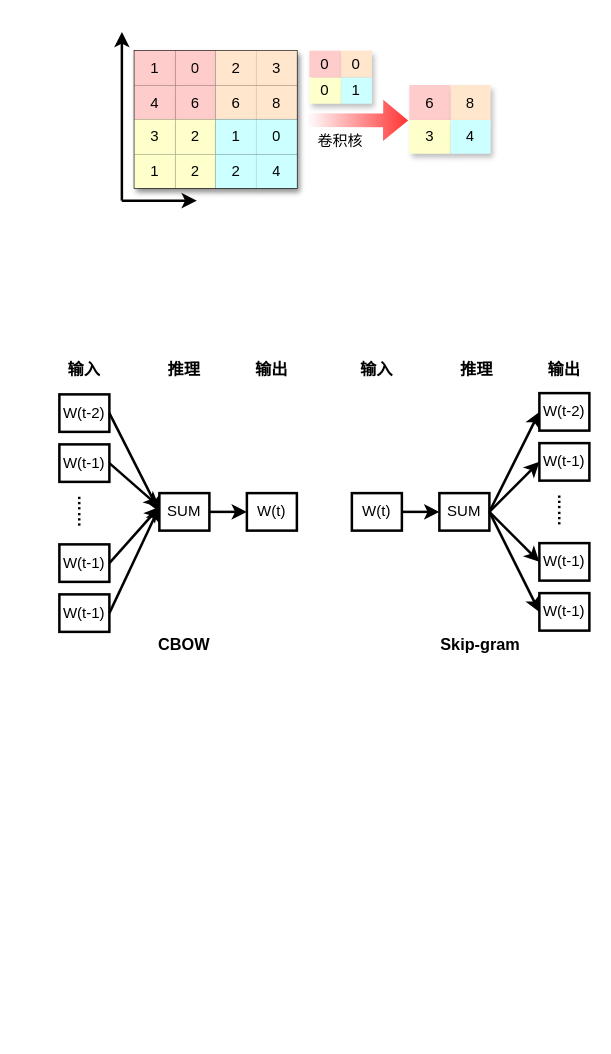
This is pooling.drawio from Noeverer/Mindmap, a draw.io file, before an edit. Source tidied: cells renumbered, new cells numbered last; positions are measured from the earlier drawing's top-left corner, leaving out a move shared by most shapes. Both pictures are drawn from the tidied source at 125%, with x=0, y=0 at pixel (59, 31).
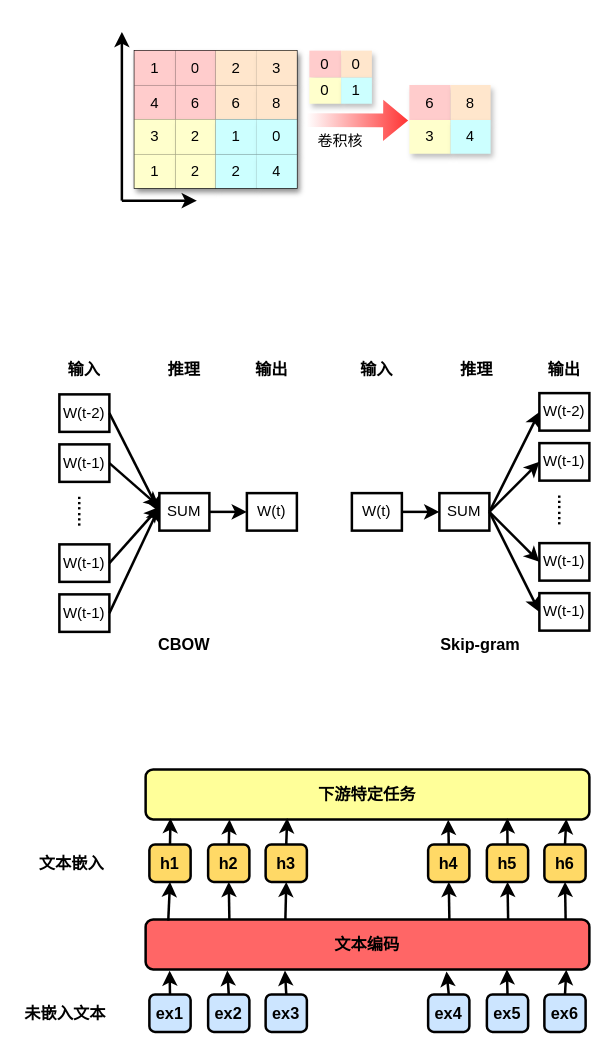
The same diagram, later.

Change to the diagram source:
```diff
@@
+    <mxCell id="68" value="&lt;font style=&quot;font-size: 13px&quot;&gt;&lt;b&gt;下游特定任务&lt;/b&gt;&lt;/font&gt;" style="rounded=1;whiteSpace=wrap;html=1;shadow=0;strokeWidth=2;fillColor=#FFFF99;" parent="1" vertex="1">
+      <mxGeometry x="69" y="590" width="355" height="40" as="geometry" />
+    </mxCell>
+    <mxCell id="69" style="edgeStyle=none;rounded=0;jettySize=auto;html=1;exitX=0.5;exitY=0;exitDx=0;exitDy=0;entryX=0.056;entryY=0.975;entryDx=0;entryDy=0;entryPerimeter=0;strokeColor=#000000;strokeWidth=2;fillColor=#ffffff;gradientColor=#FF3333;" parent="1" edge="1" source="70" target="68">
+      <mxGeometry relative="1" as="geometry" />
+    </mxCell>
+    <mxCell id="70" value="&lt;font style=&quot;font-size: 13px&quot;&gt;&lt;b&gt;h1&lt;/b&gt;&lt;/font&gt;" style="rounded=1;whiteSpace=wrap;html=1;shadow=0;strokeWidth=2;fillColor=#FFD966;" parent="1" vertex="1">
+      <mxGeometry x="72" y="650" width="33" height="30" as="geometry" />
+    </mxCell>
+    <mxCell id="71" style="edgeStyle=none;rounded=0;jettySize=auto;html=1;exitX=0.5;exitY=0;exitDx=0;exitDy=0;entryX=0.189;entryY=1;entryDx=0;entryDy=0;entryPerimeter=0;strokeColor=#000000;strokeWidth=2;fillColor=#ffffff;gradientColor=#FF3333;" parent="1" edge="1" source="72" target="68">
+      <mxGeometry relative="1" as="geometry" />
+    </mxCell>
+    <mxCell id="72" value="&lt;font style=&quot;font-size: 13px&quot;&gt;&lt;b&gt;h2&lt;/b&gt;&lt;/font&gt;" style="rounded=1;whiteSpace=wrap;html=1;shadow=0;strokeWidth=2;fillColor=#FFD966;" parent="1" vertex="1">
+      <mxGeometry x="119" y="650" width="33" height="30" as="geometry" />
+    </mxCell>
+    <mxCell id="73" style="edgeStyle=none;rounded=0;jettySize=auto;html=1;exitX=0.5;exitY=0;exitDx=0;exitDy=0;entryX=0.319;entryY=0.975;entryDx=0;entryDy=0;entryPerimeter=0;strokeColor=#000000;strokeWidth=2;fillColor=#ffffff;gradientColor=#FF3333;" parent="1" edge="1" source="74" target="68">
+      <mxGeometry relative="1" as="geometry" />
+    </mxCell>
+    <mxCell id="74" value="&lt;font style=&quot;font-size: 13px&quot;&gt;&lt;b&gt;h3&lt;/b&gt;&lt;/font&gt;" style="rounded=1;whiteSpace=wrap;html=1;shadow=0;strokeWidth=2;fillColor=#FFD966;" parent="1" vertex="1">
+      <mxGeometry x="165" y="650" width="33" height="30" as="geometry" />
+    </mxCell>
+    <mxCell id="75" style="edgeStyle=none;rounded=0;jettySize=auto;html=1;exitX=0.5;exitY=0;exitDx=0;exitDy=0;entryX=0.682;entryY=1.008;entryDx=0;entryDy=0;entryPerimeter=0;strokeColor=#000000;strokeWidth=2;fillColor=#ffffff;gradientColor=#FF3333;" parent="1" edge="1" source="76" target="68">
+      <mxGeometry relative="1" as="geometry" />
+    </mxCell>
+    <mxCell id="76" value="&lt;font style=&quot;font-size: 13px&quot;&gt;&lt;b&gt;h4&lt;/b&gt;&lt;/font&gt;" style="rounded=1;whiteSpace=wrap;html=1;shadow=0;strokeWidth=2;fillColor=#FFD966;" parent="1" vertex="1">
+      <mxGeometry x="295" y="650" width="33" height="30" as="geometry" />
+    </mxCell>
+    <mxCell id="77" style="edgeStyle=none;rounded=0;jettySize=auto;html=1;exitX=0.5;exitY=0;exitDx=0;exitDy=0;entryX=0.815;entryY=0.975;entryDx=0;entryDy=0;entryPerimeter=0;strokeColor=#000000;strokeWidth=2;fillColor=#ffffff;gradientColor=#FF3333;" parent="1" edge="1" source="78" target="68">
+      <mxGeometry relative="1" as="geometry" />
+    </mxCell>
+    <mxCell id="78" value="&lt;font style=&quot;font-size: 13px&quot;&gt;&lt;b&gt;h5&lt;/b&gt;&lt;/font&gt;" style="rounded=1;whiteSpace=wrap;html=1;shadow=0;strokeWidth=2;fillColor=#FFD966;" parent="1" vertex="1">
+      <mxGeometry x="342" y="650" width="33" height="30" as="geometry" />
+    </mxCell>
+    <mxCell id="79" style="edgeStyle=none;rounded=0;jettySize=auto;html=1;exitX=0.5;exitY=0;exitDx=0;exitDy=0;entryX=0.948;entryY=0.992;entryDx=0;entryDy=0;entryPerimeter=0;strokeColor=#000000;strokeWidth=2;fillColor=#ffffff;gradientColor=#FF3333;" parent="1" edge="1" source="80" target="68">
+      <mxGeometry relative="1" as="geometry" />
+    </mxCell>
+    <mxCell id="80" value="&lt;font style=&quot;font-size: 13px&quot;&gt;&lt;b&gt;h6&lt;/b&gt;&lt;/font&gt;" style="rounded=1;whiteSpace=wrap;html=1;shadow=0;strokeWidth=2;fillColor=#FFD966;" parent="1" vertex="1">
+      <mxGeometry x="388" y="650" width="33" height="30" as="geometry" />
+    </mxCell>
+    <mxCell id="81" value="&lt;span style=&quot;font-size: 13px&quot;&gt;&lt;b&gt;文本编码&lt;/b&gt;&lt;/span&gt;" style="rounded=1;whiteSpace=wrap;html=1;shadow=0;strokeWidth=2;fillColor=#FF6666;" parent="1" vertex="1">
+      <mxGeometry x="69" y="710" width="355" height="40" as="geometry" />
+    </mxCell>
+    <mxCell id="82" style="edgeStyle=none;rounded=0;jettySize=auto;html=1;exitX=0.5;exitY=0;exitDx=0;exitDy=0;entryX=0.054;entryY=1.025;entryDx=0;entryDy=0;entryPerimeter=0;strokeColor=#000000;strokeWidth=2;fillColor=#ffffff;gradientColor=#FF3333;" parent="1" edge="1" source="83" target="81">
+      <mxGeometry relative="1" as="geometry" />
+    </mxCell>
+    <mxCell id="83" value="&lt;span style=&quot;font-size: 13px&quot;&gt;&lt;b&gt;ex1&lt;/b&gt;&lt;/span&gt;" style="rounded=1;whiteSpace=wrap;html=1;shadow=0;strokeWidth=2;fillColor=#CCE5FF;" parent="1" vertex="1">
+      <mxGeometry x="72" y="770" width="33" height="30" as="geometry" />
+    </mxCell>
+    <mxCell id="84" style="edgeStyle=none;rounded=0;jettySize=auto;html=1;exitX=0.5;exitY=0;exitDx=0;exitDy=0;entryX=0.184;entryY=1.025;entryDx=0;entryDy=0;entryPerimeter=0;strokeColor=#000000;strokeWidth=2;fillColor=#ffffff;gradientColor=#FF3333;" parent="1" edge="1" source="85" target="81">
+      <mxGeometry relative="1" as="geometry" />
+    </mxCell>
+    <mxCell id="85" value="&lt;span style=&quot;font-size: 13px&quot;&gt;&lt;b&gt;ex2&lt;/b&gt;&lt;/span&gt;" style="rounded=1;whiteSpace=wrap;html=1;shadow=0;strokeWidth=2;fillColor=#CCE5FF;" parent="1" vertex="1">
+      <mxGeometry x="119" y="770" width="33" height="30" as="geometry" />
+    </mxCell>
+    <mxCell id="86" style="edgeStyle=none;rounded=0;jettySize=auto;html=1;exitX=0.5;exitY=0;exitDx=0;exitDy=0;entryX=0.314;entryY=1.025;entryDx=0;entryDy=0;entryPerimeter=0;strokeColor=#000000;strokeWidth=2;fillColor=#ffffff;gradientColor=#FF3333;" parent="1" edge="1" source="87" target="81">
+      <mxGeometry relative="1" as="geometry" />
+    </mxCell>
+    <mxCell id="87" value="&lt;font style=&quot;font-size: 13px&quot;&gt;&lt;b&gt;ex3&lt;/b&gt;&lt;/font&gt;" style="rounded=1;whiteSpace=wrap;html=1;shadow=0;strokeWidth=2;fillColor=#CCE5FF;" parent="1" vertex="1">
+      <mxGeometry x="165" y="770" width="33" height="30" as="geometry" />
+    </mxCell>
+    <mxCell id="88" style="edgeStyle=none;rounded=0;jettySize=auto;html=1;exitX=0.5;exitY=0;exitDx=0;exitDy=0;entryX=0.678;entryY=1.042;entryDx=0;entryDy=0;entryPerimeter=0;strokeColor=#000000;strokeWidth=2;fillColor=#ffffff;gradientColor=#FF3333;" parent="1" edge="1" source="89" target="81">
+      <mxGeometry relative="1" as="geometry" />
+    </mxCell>
+    <mxCell id="89" value="&lt;font style=&quot;font-size: 13px&quot;&gt;&lt;b&gt;ex4&lt;/b&gt;&lt;/font&gt;" style="rounded=1;whiteSpace=wrap;html=1;shadow=0;strokeWidth=2;fillColor=#CCE5FF;" parent="1" vertex="1">
+      <mxGeometry x="295" y="770" width="33" height="30" as="geometry" />
+    </mxCell>
+    <mxCell id="90" style="edgeStyle=none;rounded=0;jettySize=auto;html=1;exitX=0.5;exitY=0;exitDx=0;exitDy=0;strokeColor=#000000;strokeWidth=2;fillColor=#ffffff;gradientColor=#FF3333;" parent="1" edge="1" source="91">
+      <mxGeometry relative="1" as="geometry">
+        <mxPoint x="358" y="750" as="targetPoint" />
+      </mxGeometry>
+    </mxCell>
+    <mxCell id="91" value="&lt;font style=&quot;font-size: 13px&quot;&gt;&lt;b&gt;ex5&lt;/b&gt;&lt;/font&gt;" style="rounded=1;whiteSpace=wrap;html=1;shadow=0;strokeWidth=2;fillColor=#CCE5FF;" parent="1" vertex="1">
+      <mxGeometry x="342" y="770" width="33" height="30" as="geometry" />
+    </mxCell>
+    <mxCell id="92" style="edgeStyle=none;rounded=0;jettySize=auto;html=1;exitX=0.5;exitY=0;exitDx=0;exitDy=0;entryX=0.948;entryY=1.008;entryDx=0;entryDy=0;entryPerimeter=0;strokeColor=#000000;strokeWidth=2;fillColor=#ffffff;gradientColor=#FF3333;" parent="1" edge="1" source="93" target="81">
+      <mxGeometry relative="1" as="geometry" />
+    </mxCell>
+    <mxCell id="93" value="&lt;font style=&quot;font-size: 13px&quot;&gt;&lt;b&gt;ex6&lt;/b&gt;&lt;/font&gt;" style="rounded=1;whiteSpace=wrap;html=1;shadow=0;strokeWidth=2;fillColor=#CCE5FF;" parent="1" vertex="1">
+      <mxGeometry x="388" y="770" width="33" height="30" as="geometry" />
+    </mxCell>
+    <mxCell id="94" value="&lt;b&gt;&lt;font style=&quot;font-size: 13px&quot;&gt;文本嵌入&lt;/font&gt;&lt;/b&gt;" style="text;html=1;strokeColor=none;fillColor=none;align=center;verticalAlign=middle;whiteSpace=wrap;rounded=0;shadow=0;" parent="1" vertex="1">
+      <mxGeometry x="-20" y="655" width="60" height="20" as="geometry" />
+    </mxCell>
+    <mxCell id="95" value="&lt;span style=&quot;font-size: 13px&quot;&gt;&lt;b&gt;未嵌入文本&lt;/b&gt;&lt;/span&gt;" style="text;html=1;strokeColor=none;fillColor=none;align=center;verticalAlign=middle;whiteSpace=wrap;rounded=0;shadow=0;" parent="1" vertex="1">
+      <mxGeometry x="-30" y="775" width="70" height="20" as="geometry" />
+    </mxCell>
+    <mxCell id="96" style="edgeStyle=none;rounded=0;jettySize=auto;html=1;entryX=0.5;entryY=1;entryDx=0;entryDy=0;strokeColor=#000000;strokeWidth=2;fillColor=#ffffff;gradientColor=#FF3333;" parent="1" edge="1" target="80">
+      <mxGeometry relative="1" as="geometry">
+        <mxPoint x="405" y="710" as="sourcePoint" />
+      </mxGeometry>
+    </mxCell>
+    <mxCell id="97" style="edgeStyle=none;rounded=0;jettySize=auto;html=1;entryX=0.5;entryY=1;entryDx=0;entryDy=0;strokeColor=#000000;strokeWidth=2;fillColor=#ffffff;gradientColor=#FF3333;" parent="1" edge="1" target="78">
+      <mxGeometry relative="1" as="geometry">
+        <mxPoint x="359" y="710" as="sourcePoint" />
+      </mxGeometry>
+    </mxCell>
+    <mxCell id="98" style="edgeStyle=none;rounded=0;jettySize=auto;html=1;entryX=0.5;entryY=1;entryDx=0;entryDy=0;strokeColor=#000000;strokeWidth=2;fillColor=#ffffff;gradientColor=#FF3333;" parent="1" edge="1" target="76">
+      <mxGeometry relative="1" as="geometry">
+        <mxPoint x="312" y="710" as="sourcePoint" />
+      </mxGeometry>
+    </mxCell>
+    <mxCell id="99" style="edgeStyle=none;rounded=0;jettySize=auto;html=1;entryX=0.5;entryY=1;entryDx=0;entryDy=0;strokeColor=#000000;strokeWidth=2;fillColor=#ffffff;gradientColor=#FF3333;exitX=0.315;exitY=-0.008;exitDx=0;exitDy=0;exitPerimeter=0;" parent="1" edge="1" source="81" target="74">
+      <mxGeometry relative="1" as="geometry" />
+    </mxCell>
+    <mxCell id="100" style="edgeStyle=none;rounded=0;jettySize=auto;html=1;entryX=0.5;entryY=1;entryDx=0;entryDy=0;strokeColor=#000000;strokeWidth=2;fillColor=#ffffff;gradientColor=#FF3333;" parent="1" edge="1" target="72">
+      <mxGeometry relative="1" as="geometry">
+        <mxPoint x="136" y="710" as="sourcePoint" />
+      </mxGeometry>
+    </mxCell>
+    <mxCell id="101" style="edgeStyle=none;rounded=0;jettySize=auto;html=1;entryX=0.5;entryY=1;entryDx=0;entryDy=0;strokeColor=#000000;strokeWidth=2;fillColor=#ffffff;gradientColor=#FF3333;exitX=0.051;exitY=0.025;exitDx=0;exitDy=0;exitPerimeter=0;" parent="1" edge="1" source="81" target="70">
+      <mxGeometry relative="1" as="geometry" />
+    </mxCell>
```
